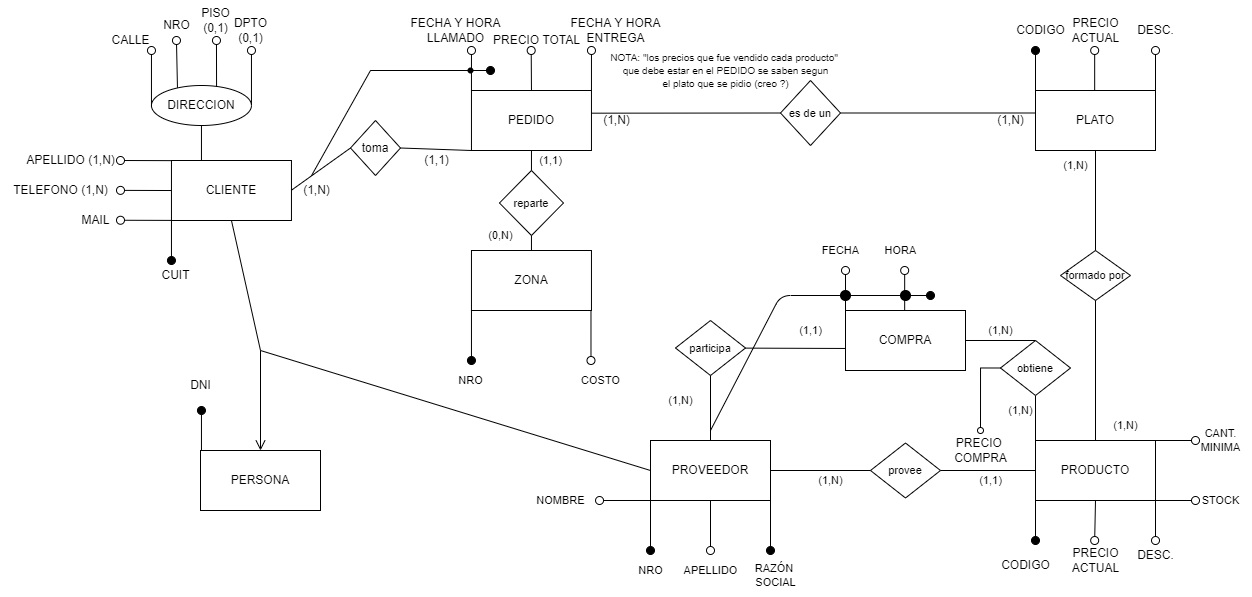
Above: PRACTICA 2/Parte1/Ejercicio4/Ejercicio4-conceptual.png in agusrnfr/DBD (draw.io), before the change. Source tidied: cells renumbered, new cells last; positions are measured from the earlier drawing's top-left corner, leaving out a move shared by most shapes.
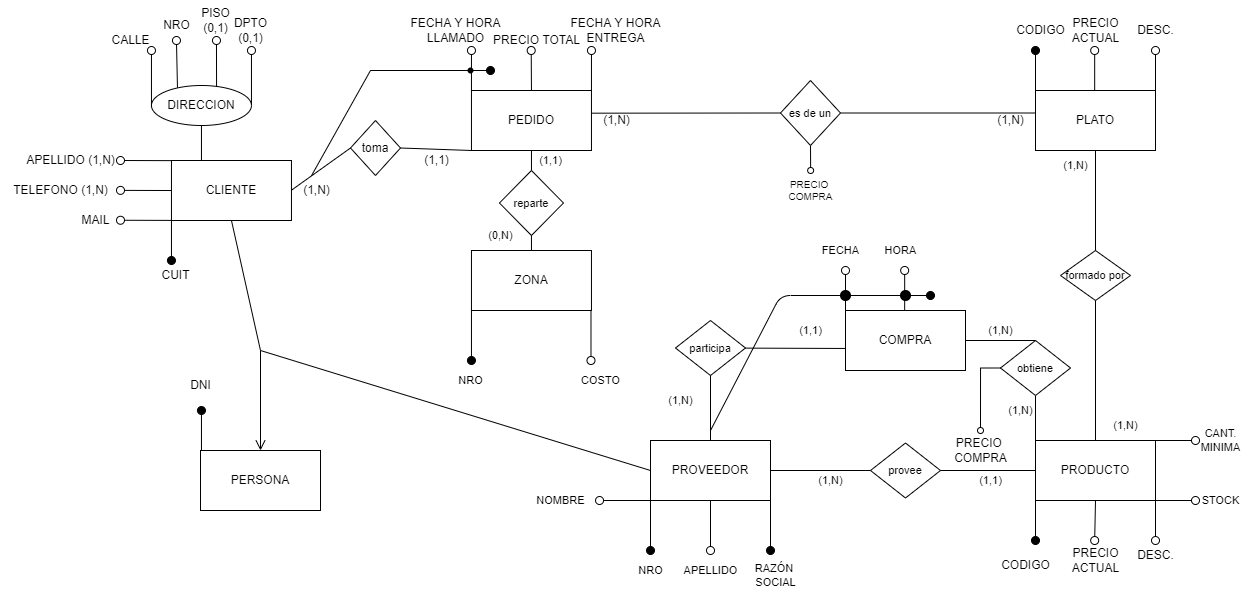
Above is the later version.

The edit, as a diff of the source:
```diff
@@ -146,6 +146,11 @@
     <mxCell id="38" value="DPTO&lt;br&gt;(0,1)" style="text;html=1;align=center;verticalAlign=middle;strokeColor=none;fillColor=none;" parent="1" vertex="1">
       <mxGeometry x="220" y="10" width="60" height="40" as="geometry" />
     </mxCell>
+    <mxCell id="117" style="edgeStyle=orthogonalEdgeStyle;rounded=0;jettySize=auto;html=1;exitX=0.5;exitY=1;exitDx=0;exitDy=0;fontSize=10;endArrow=oval;endFill=0;" parent="1" edge="1" source="39">
+      <mxGeometry relative="1" as="geometry">
+        <mxPoint x="810.1" y="170" as="targetPoint" />
+      </mxGeometry>
+    </mxCell>
     <mxCell id="39" value="&lt;span style=&quot;font-size: 11px;&quot;&gt;es de un&lt;/span&gt;" style="shape=rhombus;perimeter=rhombusPerimeter;whiteSpace=wrap;html=1;align=center;" parent="1" vertex="1">
       <mxGeometry x="780" y="80" width="60" height="65" as="geometry" />
     </mxCell>
@@ -417,9 +422,6 @@
     <mxCell id="110" value="(1,1)" style="text;html=1;align=center;verticalAlign=middle;strokeColor=none;fillColor=none;fontSize=11;" parent="1" vertex="1">
       <mxGeometry x="965" y="465" width="50" height="30" as="geometry" />
     </mxCell>
-    <mxCell id="111" value="&lt;font style=&quot;font-size: 10px;&quot;&gt;NOTA: &quot;los precios que fue vendido cada producto&quot;&amp;nbsp;&lt;br&gt;que debe estar en el PEDIDO se saben segun&lt;br&gt;el plato que se pidio (creo ?)&lt;/font&gt;" style="text;html=1;align=center;verticalAlign=middle;strokeColor=none;fillColor=none;fontSize=11;" parent="1" vertex="1">
-      <mxGeometry x="600" y="45" width="250" height="50" as="geometry" />
-    </mxCell>
     <mxCell id="112" style="html=1;verticalAlign=bottom;labelBackgroundColor=none;endArrow=oval;endFill=1;endSize=8;rounded=0;strokeColor=#000000;exitX=0;exitY=1;exitDx=0;exitDy=0;" parent="1" edge="1">
       <mxGeometry relative="1" as="geometry">
         <mxPoint x="471" y="310" as="sourcePoint" />
@@ -441,5 +443,8 @@
     <mxCell id="116" value="PRECIO &lt;br&gt;COMPRA" style="text;html=1;align=center;verticalAlign=middle;strokeColor=none;fillColor=none;" parent="1" vertex="1">
       <mxGeometry x="940" y="430" width="80" height="40" as="geometry" />
     </mxCell>
+    <mxCell id="118" value="PRECIO&amp;nbsp;&lt;br&gt;COMPRA" style="text;html=1;align=center;verticalAlign=middle;strokeColor=none;fillColor=none;fontSize=10;" parent="1" vertex="1">
+      <mxGeometry x="775" y="170" width="70" height="40" as="geometry" />
+    </mxCell>
   </root>
 </mxGraphModel>
```
